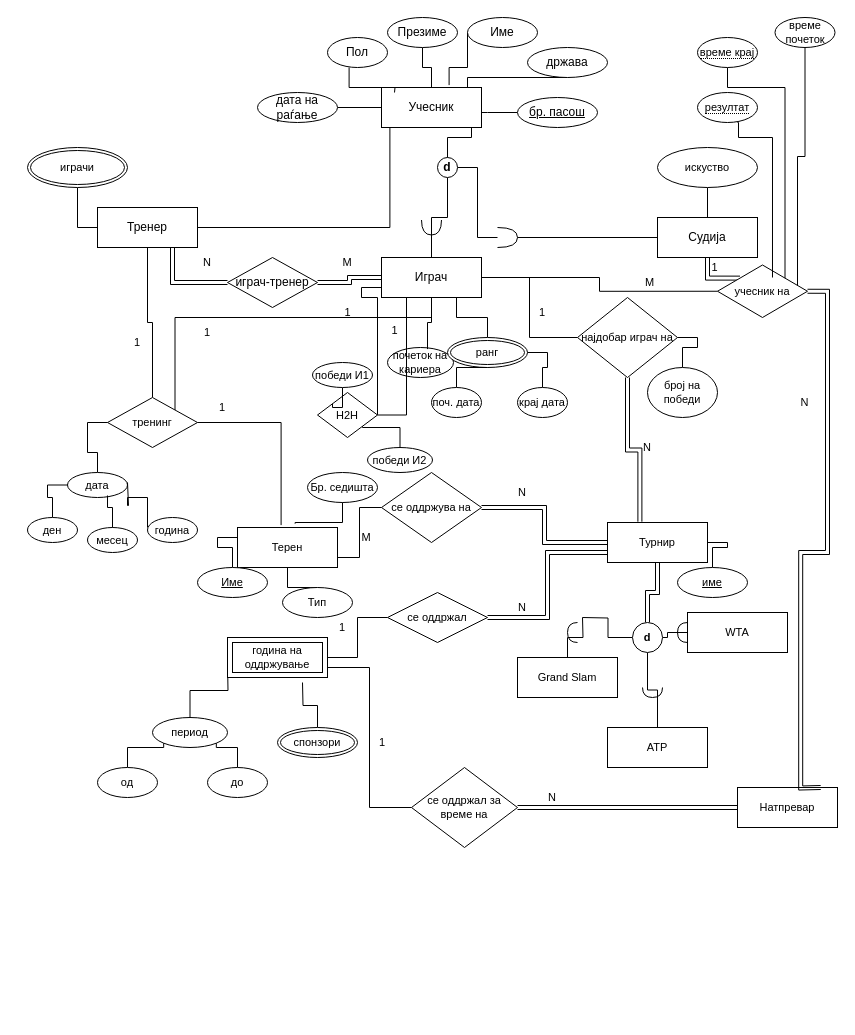
Above: DB_Lab_1.drawio in atasevski/DB (draw.io), before the change. Source tidied: cells renumbered, new cells numbered last; positions are measured from the earlier drawing's top-left corner, leaving out a move shared by most shapes. Both pictures are drawn from the tidied source at 100%, with x=0, y=0 at pixel (27, 17).
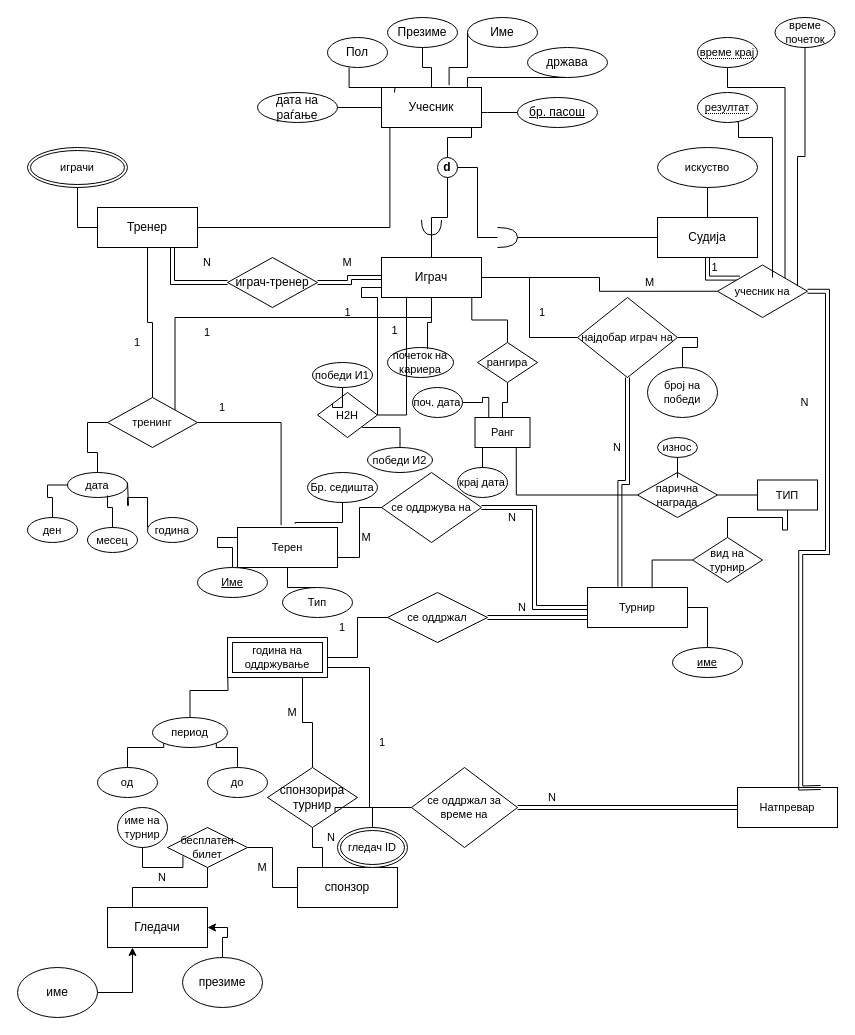
Above is the later version.

Unchanged cells that the change refers to:
```xml
<mxCell id="19" value="Играч" style="whiteSpace=wrap;html=1;align=center;" parent="1" vertex="1">
  <mxGeometry x="354" y="240" width="100" height="40" as="geometry" />
</mxCell>
<mxCell id="88" value="година на оддржување" style="shape=ext;margin=3;double=1;whiteSpace=wrap;html=1;align=center;fontFamily=Helvetica;fontSize=11;fontColor=default;" parent="1" vertex="1">
  <mxGeometry x="200" y="620" width="100" height="40" as="geometry" />
</mxCell>
```

What changed in the source:
```diff
@@
-    <mxCell id="36" style="edgeStyle=orthogonalEdgeStyle;shape=connector;rounded=0;jettySize=auto;html=1;entryX=0.75;entryY=1;entryDx=0;entryDy=0;labelBackgroundColor=default;strokeColor=default;align=center;verticalAlign=middle;fontFamily=Helvetica;fontSize=11;fontColor=default;endArrow=none;endFill=0;" parent="1" edge="1" source="37" target="19">
-      <mxGeometry relative="1" as="geometry" />
-    </mxCell>
-    <mxCell id="37" value="ранг" style="ellipse;shape=doubleEllipse;margin=3;whiteSpace=wrap;html=1;align=center;fontFamily=Helvetica;fontSize=11;fontColor=default;" parent="1" vertex="1">
-      <mxGeometry x="420" y="320" width="80" height="30" as="geometry" />
-    </mxCell>
-    <mxCell id="38" style="edgeStyle=orthogonalEdgeStyle;shape=connector;rounded=0;jettySize=auto;html=1;entryX=1;entryY=0.5;entryDx=0;entryDy=0;labelBackgroundColor=default;strokeColor=default;align=center;verticalAlign=middle;fontFamily=Helvetica;fontSize=11;fontColor=default;endArrow=none;endFill=0;" parent="1" edge="1" source="39" target="37">
-      <mxGeometry relative="1" as="geometry" />
-    </mxCell>
+    <mxCell id="135" style="edgeStyle=orthogonalEdgeStyle;shape=connector;rounded=0;jettySize=auto;html=1;entryX=0.25;entryY=1;entryDx=0;entryDy=0;labelBackgroundColor=default;strokeColor=default;align=center;verticalAlign=middle;fontFamily=Helvetica;fontSize=11;fontColor=default;endArrow=none;endFill=0;" parent="1" edge="1" source="39" target="153">
+      <mxGeometry relative="1" as="geometry" />
+    </mxCell>
     <mxCell id="39" value="крај дата" style="ellipse;whiteSpace=wrap;html=1;align=center;fontFamily=Helvetica;fontSize=11;fontColor=default;" parent="1" vertex="1">
-      <mxGeometry x="490" y="370" width="50" height="30" as="geometry" />
+      <mxGeometry x="430" y="450" width="50" height="30" as="geometry" />
     </mxCell>
-    <mxCell id="40" style="edgeStyle=orthogonalEdgeStyle;shape=connector;rounded=0;jettySize=auto;html=1;entryX=0.5;entryY=1;entryDx=0;entryDy=0;labelBackgroundColor=default;strokeColor=default;align=center;verticalAlign=middle;fontFamily=Helvetica;fontSize=11;fontColor=default;endArrow=none;endFill=0;" parent="1" edge="1" source="41" target="37">
-      <mxGeometry relative="1" as="geometry" />
-    </mxCell>
+    <mxCell id="136" style="edgeStyle=orthogonalEdgeStyle;shape=connector;rounded=0;jettySize=auto;html=1;entryX=0.25;entryY=0;entryDx=0;entryDy=0;labelBackgroundColor=default;strokeColor=default;align=center;verticalAlign=middle;fontFamily=Helvetica;fontSize=11;fontColor=default;endArrow=none;endFill=0;" parent="1" edge="1" source="41" target="153">
+      <mxGeometry relative="1" as="geometry" />
+    </mxCell>
     <mxCell id="41" value="поч. дата" style="ellipse;whiteSpace=wrap;html=1;align=center;fontFamily=Helvetica;fontSize=11;fontColor=default;" parent="1" vertex="1">
-      <mxGeometry x="404" y="370" width="50" height="30" as="geometry" />
+      <mxGeometry x="385" y="370" width="50" height="30" as="geometry" />
     </mxCell>
@@
     <mxCell id="46" value="Турнир" style="whiteSpace=wrap;html=1;align=center;fontFamily=Helvetica;fontSize=11;fontColor=default;" parent="1" vertex="1">
-      <mxGeometry x="580" y="505" width="100" height="40" as="geometry" />
+      <mxGeometry x="560" y="570" width="100" height="40" as="geometry" />
     </mxCell>
-    <mxCell id="47" style="edgeStyle=orthogonalEdgeStyle;shape=connector;rounded=0;jettySize=auto;html=1;entryX=0;entryY=0.5;entryDx=0;entryDy=0;labelBackgroundColor=default;strokeColor=default;align=center;verticalAlign=middle;fontFamily=Helvetica;fontSize=11;fontColor=default;endArrow=none;endFill=0;" parent="1" edge="1" target="54">
-      <mxGeometry relative="1" as="geometry">
-        <mxPoint x="555" y="600" as="sourcePoint" />
-      </mxGeometry>
-    </mxCell>
-    <mxCell id="48" value="Grand Slam" style="whiteSpace=wrap;html=1;align=center;fontFamily=Helvetica;fontSize=11;fontColor=default;" parent="1" vertex="1">
-      <mxGeometry x="490" y="640" width="100" height="40" as="geometry" />
-    </mxCell>
-    <mxCell id="49" style="edgeStyle=orthogonalEdgeStyle;shape=connector;rounded=0;jettySize=auto;html=1;entryX=0.5;entryY=1;entryDx=0;entryDy=0;labelBackgroundColor=default;strokeColor=default;align=center;verticalAlign=middle;fontFamily=Helvetica;fontSize=11;fontColor=default;endArrow=none;endFill=0;" parent="1" edge="1" source="50" target="54">
-      <mxGeometry relative="1" as="geometry" />
-    </mxCell>
-    <mxCell id="50" value="ATP" style="whiteSpace=wrap;html=1;align=center;fontFamily=Helvetica;fontSize=11;fontColor=default;" parent="1" vertex="1">
-      <mxGeometry x="580" y="710" width="100" height="40" as="geometry" />
-    </mxCell>
-    <mxCell id="51" style="edgeStyle=orthogonalEdgeStyle;shape=connector;rounded=0;jettySize=auto;html=1;entryX=1;entryY=0.5;entryDx=0;entryDy=0;labelBackgroundColor=default;strokeColor=default;align=center;verticalAlign=middle;fontFamily=Helvetica;fontSize=11;fontColor=default;endArrow=none;endFill=0;" parent="1" edge="1" source="52" target="54">
-      <mxGeometry relative="1" as="geometry" />
-    </mxCell>
-    <mxCell id="52" value="WTA" style="whiteSpace=wrap;html=1;align=center;fontFamily=Helvetica;fontSize=11;fontColor=default;" parent="1" vertex="1">
-      <mxGeometry x="660" y="595" width="100" height="40" as="geometry" />
-    </mxCell>
-    <mxCell id="53" style="edgeStyle=orthogonalEdgeStyle;shape=link;rounded=0;jettySize=auto;html=1;labelBackgroundColor=default;strokeColor=default;align=center;verticalAlign=middle;fontFamily=Helvetica;fontSize=11;fontColor=default;endArrow=none;endFill=0;" parent="1" edge="1" source="54" target="46">
-      <mxGeometry relative="1" as="geometry" />
-    </mxCell>
-    <mxCell id="54" value="&lt;b&gt;d&lt;/b&gt;" style="ellipse;whiteSpace=wrap;html=1;fontFamily=Helvetica;fontSize=11;fontColor=default;" parent="1" vertex="1">
-      <mxGeometry x="605" y="605" width="30" height="30" as="geometry" />
-    </mxCell>
-    <mxCell id="55" style="shape=requiredInterface;html=1;verticalLabelPosition=bottom;sketch=0;fontFamily=Helvetica;fontSize=11;fontColor=default;direction=west;" parent="1" vertex="1">
-      <mxGeometry x="650" y="605" width="10" height="20" as="geometry" />
-    </mxCell>
-    <mxCell id="56" style="edgeStyle=orthogonalEdgeStyle;shape=connector;rounded=0;jettySize=auto;html=1;entryX=0;entryY=0.5;entryDx=0;entryDy=0;labelBackgroundColor=default;strokeColor=default;align=center;verticalAlign=middle;fontFamily=Helvetica;fontSize=11;fontColor=default;endArrow=none;endFill=0;" parent="1" edge="1" source="48">
-      <mxGeometry relative="1" as="geometry">
-        <mxPoint x="555" y="600" as="targetPoint" />
-      </mxGeometry>
-    </mxCell>
-    <mxCell id="57" style="shape=requiredInterface;html=1;verticalLabelPosition=bottom;sketch=0;fontFamily=Helvetica;fontSize=11;fontColor=default;direction=west;" parent="1" vertex="1">
-      <mxGeometry x="540" y="605" width="10" height="20" as="geometry" />
-    </mxCell>
-    <mxCell id="58" style="shape=requiredInterface;html=1;verticalLabelPosition=bottom;sketch=0;fontFamily=Helvetica;fontSize=11;fontColor=default;direction=south;" parent="1" vertex="1">
-      <mxGeometry x="615" y="670" width="20" height="10" as="geometry" />
-    </mxCell>
@@
     <mxCell id="60" value="&lt;u&gt;име&lt;/u&gt;" style="ellipse;whiteSpace=wrap;html=1;fontFamily=Helvetica;fontSize=11;fontColor=default;" parent="1" vertex="1">
-      <mxGeometry x="650" y="550" width="70" height="30" as="geometry" />
+      <mxGeometry x="645" y="630" width="70" height="30" as="geometry" />
     </mxCell>
@@
     <mxCell id="64" value="N" style="text;html=1;strokeColor=none;fillColor=none;align=center;verticalAlign=middle;whiteSpace=wrap;rounded=0;fontSize=11;fontFamily=Helvetica;fontColor=default;" parent="1" vertex="1">
-      <mxGeometry x="600" y="420" width="40" height="20" as="geometry" />
+      <mxGeometry x="570" y="420" width="40" height="20" as="geometry" />
     </mxCell>
@@
     <mxCell id="77" value="N" style="text;html=1;strokeColor=none;fillColor=none;align=center;verticalAlign=middle;whiteSpace=wrap;rounded=0;fontSize=11;fontFamily=Helvetica;fontColor=default;" parent="1" vertex="1">
-      <mxGeometry x="480" y="465" width="30" height="20" as="geometry" />
+      <mxGeometry x="470" y="490" width="30" height="20" as="geometry" />
     </mxCell>
@@
-    <mxCell id="86" style="edgeStyle=orthogonalEdgeStyle;shape=connector;rounded=0;jettySize=auto;html=1;entryX=0.75;entryY=1;entryDx=0;entryDy=0;labelBackgroundColor=default;strokeColor=default;align=center;verticalAlign=middle;fontFamily=Helvetica;fontSize=11;fontColor=default;endArrow=none;endFill=0;" parent="1" edge="1" source="87">
-      <mxGeometry relative="1" as="geometry">
-        <mxPoint x="275" y="665" as="targetPoint" />
-      </mxGeometry>
-    </mxCell>
-    <mxCell id="87" value="спонзори" style="ellipse;shape=doubleEllipse;margin=3;whiteSpace=wrap;html=1;align=center;fontFamily=Helvetica;fontSize=11;fontColor=default;" parent="1" vertex="1">
-      <mxGeometry x="250" y="710" width="80" height="30" as="geometry" />
-    </mxCell>
@@
+    <mxCell id="137" value="Гледачи" style="whiteSpace=wrap;html=1;align=center;" parent="1" vertex="1">
+      <mxGeometry x="80" y="890" width="100" height="40" as="geometry" />
+    </mxCell>
+    <mxCell id="138" style="edgeStyle=orthogonalEdgeStyle;rounded=0;jettySize=auto;html=1;entryX=0.25;entryY=1;entryDx=0;entryDy=0;" parent="1" edge="1" source="139" target="137">
+      <mxGeometry relative="1" as="geometry" />
+    </mxCell>
+    <mxCell id="139" value="име" style="ellipse;whiteSpace=wrap;html=1;align=center;" parent="1" vertex="1">
+      <mxGeometry x="-10" y="950" width="80" height="50" as="geometry" />
+    </mxCell>
+    <mxCell id="140" style="edgeStyle=orthogonalEdgeStyle;rounded=0;jettySize=auto;html=1;entryX=1;entryY=0.5;entryDx=0;entryDy=0;" parent="1" edge="1" source="141" target="137">
+      <mxGeometry relative="1" as="geometry" />
+    </mxCell>
+    <mxCell id="141" value="презиме" style="ellipse;whiteSpace=wrap;html=1;align=center;" parent="1" vertex="1">
+      <mxGeometry x="155" y="940" width="80" height="50" as="geometry" />
+    </mxCell>
+    <mxCell id="142" style="edgeStyle=orthogonalEdgeStyle;shape=connector;rounded=0;jettySize=auto;html=1;labelBackgroundColor=default;strokeColor=default;align=center;verticalAlign=middle;fontFamily=Helvetica;fontSize=11;fontColor=default;endArrow=none;endFill=0;" parent="1" edge="1" source="143" target="148">
+      <mxGeometry relative="1" as="geometry" />
+    </mxCell>
+    <mxCell id="143" value="спонзор" style="whiteSpace=wrap;html=1;align=center;" parent="1" vertex="1">
+      <mxGeometry x="270" y="850" width="100" height="40" as="geometry" />
+    </mxCell>
+    <mxCell id="144" style="edgeStyle=orthogonalEdgeStyle;rounded=0;jettySize=auto;html=1;entryX=0.25;entryY=0;entryDx=0;entryDy=0;endArrow=none;endFill=0;" parent="1" edge="1" source="146" target="143">
+      <mxGeometry relative="1" as="geometry" />
+    </mxCell>
+    <mxCell id="145" style="edgeStyle=orthogonalEdgeStyle;shape=connector;rounded=0;jettySize=auto;html=1;entryX=0.75;entryY=1;entryDx=0;entryDy=0;labelBackgroundColor=default;strokeColor=default;align=center;verticalAlign=middle;fontFamily=Helvetica;fontSize=11;fontColor=default;endArrow=none;endFill=0;" parent="1" edge="1" source="146" target="88">
+      <mxGeometry relative="1" as="geometry" />
+    </mxCell>
+    <mxCell id="146" value="спонзорира турнир" style="shape=rhombus;perimeter=rhombusPerimeter;whiteSpace=wrap;html=1;align=center;" parent="1" vertex="1">
+      <mxGeometry x="240" y="750" width="90" height="60" as="geometry" />
+    </mxCell>
+    <mxCell id="147" style="edgeStyle=orthogonalEdgeStyle;shape=connector;rounded=0;jettySize=auto;html=1;entryX=0.25;entryY=0;entryDx=0;entryDy=0;labelBackgroundColor=default;strokeColor=default;align=center;verticalAlign=middle;fontFamily=Helvetica;fontSize=11;fontColor=default;endArrow=none;endFill=0;" parent="1" edge="1" source="148" target="137">
+      <mxGeometry relative="1" as="geometry" />
+    </mxCell>
+    <mxCell id="148" value="бесплатен билет" style="shape=rhombus;perimeter=rhombusPerimeter;whiteSpace=wrap;html=1;align=center;fontFamily=Helvetica;fontSize=11;fontColor=default;" parent="1" vertex="1">
+      <mxGeometry x="140" y="810" width="80" height="40" as="geometry" />
+    </mxCell>
+    <mxCell id="149" value="М" style="text;html=1;strokeColor=none;fillColor=none;align=center;verticalAlign=middle;whiteSpace=wrap;rounded=0;fontSize=11;fontFamily=Helvetica;fontColor=default;" parent="1" vertex="1">
+      <mxGeometry x="215" y="840" width="40" height="20" as="geometry" />
+    </mxCell>
+    <mxCell id="150" value="N" style="text;html=1;strokeColor=none;fillColor=none;align=center;verticalAlign=middle;whiteSpace=wrap;rounded=0;fontSize=11;fontFamily=Helvetica;fontColor=default;" parent="1" vertex="1">
+      <mxGeometry x="115" y="850" width="40" height="20" as="geometry" />
+    </mxCell>
+    <mxCell id="151" value="M" style="text;html=1;strokeColor=none;fillColor=none;align=center;verticalAlign=middle;whiteSpace=wrap;rounded=0;fontSize=11;fontFamily=Helvetica;fontColor=default;" parent="1" vertex="1">
+      <mxGeometry x="235" y="680" width="60" height="30" as="geometry" />
+    </mxCell>
+    <mxCell id="152" value="N" style="text;html=1;strokeColor=none;fillColor=none;align=center;verticalAlign=middle;whiteSpace=wrap;rounded=0;fontSize=11;fontFamily=Helvetica;fontColor=default;" parent="1" vertex="1">
+      <mxGeometry x="284" y="810" width="40" height="20" as="geometry" />
+    </mxCell>
+    <mxCell id="153" value="Ранг" style="whiteSpace=wrap;html=1;align=center;fontFamily=Helvetica;fontSize=11;fontColor=default;" parent="1" vertex="1">
+      <mxGeometry x="447.5" y="400" width="55" height="30" as="geometry" />
+    </mxCell>
+    <mxCell id="154" style="edgeStyle=orthogonalEdgeStyle;shape=connector;rounded=0;jettySize=auto;html=1;entryX=0.5;entryY=0;entryDx=0;entryDy=0;labelBackgroundColor=default;strokeColor=default;align=center;verticalAlign=middle;fontFamily=Helvetica;fontSize=11;fontColor=default;endArrow=none;endFill=0;" parent="1" edge="1" source="155" target="153">
+      <mxGeometry relative="1" as="geometry" />
+    </mxCell>
+    <mxCell id="155" value="рангира" style="shape=rhombus;perimeter=rhombusPerimeter;whiteSpace=wrap;html=1;align=center;fontFamily=Helvetica;fontSize=11;fontColor=default;" parent="1" vertex="1">
+      <mxGeometry x="450" y="325" width="60" height="40" as="geometry" />
+    </mxCell>
+    <mxCell id="156" style="edgeStyle=orthogonalEdgeStyle;shape=connector;rounded=0;jettySize=auto;html=1;entryX=0.903;entryY=1.007;entryDx=0;entryDy=0;entryPerimeter=0;labelBackgroundColor=default;strokeColor=default;align=center;verticalAlign=middle;fontFamily=Helvetica;fontSize=11;fontColor=default;endArrow=none;endFill=0;" parent="1" edge="1" source="155" target="19">
+      <mxGeometry relative="1" as="geometry" />
+    </mxCell>
+    <mxCell id="157" style="edgeStyle=orthogonalEdgeStyle;shape=connector;rounded=0;jettySize=auto;html=1;entryX=0.75;entryY=1;entryDx=0;entryDy=0;labelBackgroundColor=default;strokeColor=default;align=center;verticalAlign=middle;fontFamily=Helvetica;fontSize=11;fontColor=default;endArrow=none;endFill=0;" parent="1" edge="1" source="158" target="153">
+      <mxGeometry relative="1" as="geometry" />
+    </mxCell>
+    <mxCell id="158" value="парична награда" style="shape=rhombus;perimeter=rhombusPerimeter;whiteSpace=wrap;html=1;align=center;fontFamily=Helvetica;fontSize=11;fontColor=default;" parent="1" vertex="1">
+      <mxGeometry x="610" y="455" width="80" height="45" as="geometry" />
+    </mxCell>
+    <mxCell id="159" style="edgeStyle=orthogonalEdgeStyle;shape=connector;rounded=0;jettySize=auto;html=1;entryX=0.5;entryY=0;entryDx=0;entryDy=0;labelBackgroundColor=default;strokeColor=default;align=center;verticalAlign=middle;fontFamily=Helvetica;fontSize=11;fontColor=default;endArrow=none;endFill=0;" parent="1" edge="1" source="160" target="158">
+      <mxGeometry relative="1" as="geometry" />
+    </mxCell>
+    <mxCell id="160" value="износ" style="ellipse;whiteSpace=wrap;html=1;align=center;fontFamily=Helvetica;fontSize=11;fontColor=default;" parent="1" vertex="1">
+      <mxGeometry x="630" y="420" width="40" height="20" as="geometry" />
+    </mxCell>
+    <mxCell id="161" value="име на турнир" style="ellipse;whiteSpace=wrap;html=1;align=center;fontFamily=Helvetica;fontSize=11;fontColor=default;" parent="1" vertex="1">
+      <mxGeometry x="90" y="790" width="50" height="40" as="geometry" />
+    </mxCell>
+    <mxCell id="162" style="edgeStyle=orthogonalEdgeStyle;shape=connector;rounded=0;jettySize=auto;html=1;entryX=0.193;entryY=0.718;entryDx=0;entryDy=0;entryPerimeter=0;labelBackgroundColor=default;strokeColor=default;align=center;verticalAlign=middle;fontFamily=Helvetica;fontSize=11;fontColor=default;endArrow=none;endFill=0;" parent="1" edge="1" source="161" target="148">
+      <mxGeometry relative="1" as="geometry" />
+    </mxCell>
+    <mxCell id="163" style="edgeStyle=orthogonalEdgeStyle;shape=connector;rounded=0;jettySize=auto;html=1;entryX=1;entryY=0.5;entryDx=0;entryDy=0;labelBackgroundColor=default;strokeColor=default;align=center;verticalAlign=middle;fontFamily=Helvetica;fontSize=11;fontColor=default;endArrow=none;endFill=0;" parent="1" edge="1" source="164" target="158">
+      <mxGeometry relative="1" as="geometry" />
+    </mxCell>
+    <mxCell id="164" value="ТИП" style="whiteSpace=wrap;html=1;align=center;fontFamily=Helvetica;fontSize=11;fontColor=default;" parent="1" vertex="1">
+      <mxGeometry x="730" y="462.5" width="60" height="30" as="geometry" />
+    </mxCell>
+    <mxCell id="165" style="edgeStyle=orthogonalEdgeStyle;shape=connector;rounded=0;jettySize=auto;html=1;entryX=1;entryY=1;entryDx=0;entryDy=0;labelBackgroundColor=default;strokeColor=default;align=center;verticalAlign=middle;fontFamily=Helvetica;fontSize=11;fontColor=default;endArrow=none;endFill=0;" parent="1" edge="1" source="166" target="146">
+      <mxGeometry relative="1" as="geometry" />
+    </mxCell>
+    <mxCell id="166" value="гледач ID" style="ellipse;shape=doubleEllipse;margin=3;whiteSpace=wrap;html=1;align=center;fontFamily=Helvetica;fontSize=11;fontColor=default;" parent="1" vertex="1">
+      <mxGeometry x="310" y="810" width="70" height="40" as="geometry" />
+    </mxCell>
+    <mxCell id="167" style="edgeStyle=orthogonalEdgeStyle;shape=connector;rounded=0;jettySize=auto;html=1;entryX=0.5;entryY=1;entryDx=0;entryDy=0;labelBackgroundColor=default;strokeColor=default;align=center;verticalAlign=middle;fontFamily=Helvetica;fontSize=11;fontColor=default;endArrow=none;endFill=0;" parent="1" edge="1" source="168" target="164">
+      <mxGeometry relative="1" as="geometry" />
+    </mxCell>
+    <mxCell id="168" value="вид на турнир" style="shape=rhombus;perimeter=rhombusPerimeter;whiteSpace=wrap;html=1;align=center;fontFamily=Helvetica;fontSize=11;fontColor=default;" parent="1" vertex="1">
+      <mxGeometry x="665" y="520" width="70" height="45" as="geometry" />
+    </mxCell>
+    <mxCell id="169" style="edgeStyle=orthogonalEdgeStyle;shape=connector;rounded=0;jettySize=auto;html=1;entryX=0.646;entryY=0.018;entryDx=0;entryDy=0;entryPerimeter=0;labelBackgroundColor=default;strokeColor=default;align=center;verticalAlign=middle;fontFamily=Helvetica;fontSize=11;fontColor=default;endArrow=none;endFill=0;" parent="1" edge="1" source="168" target="46">
+      <mxGeometry relative="1" as="geometry" />
+    </mxCell>
```
